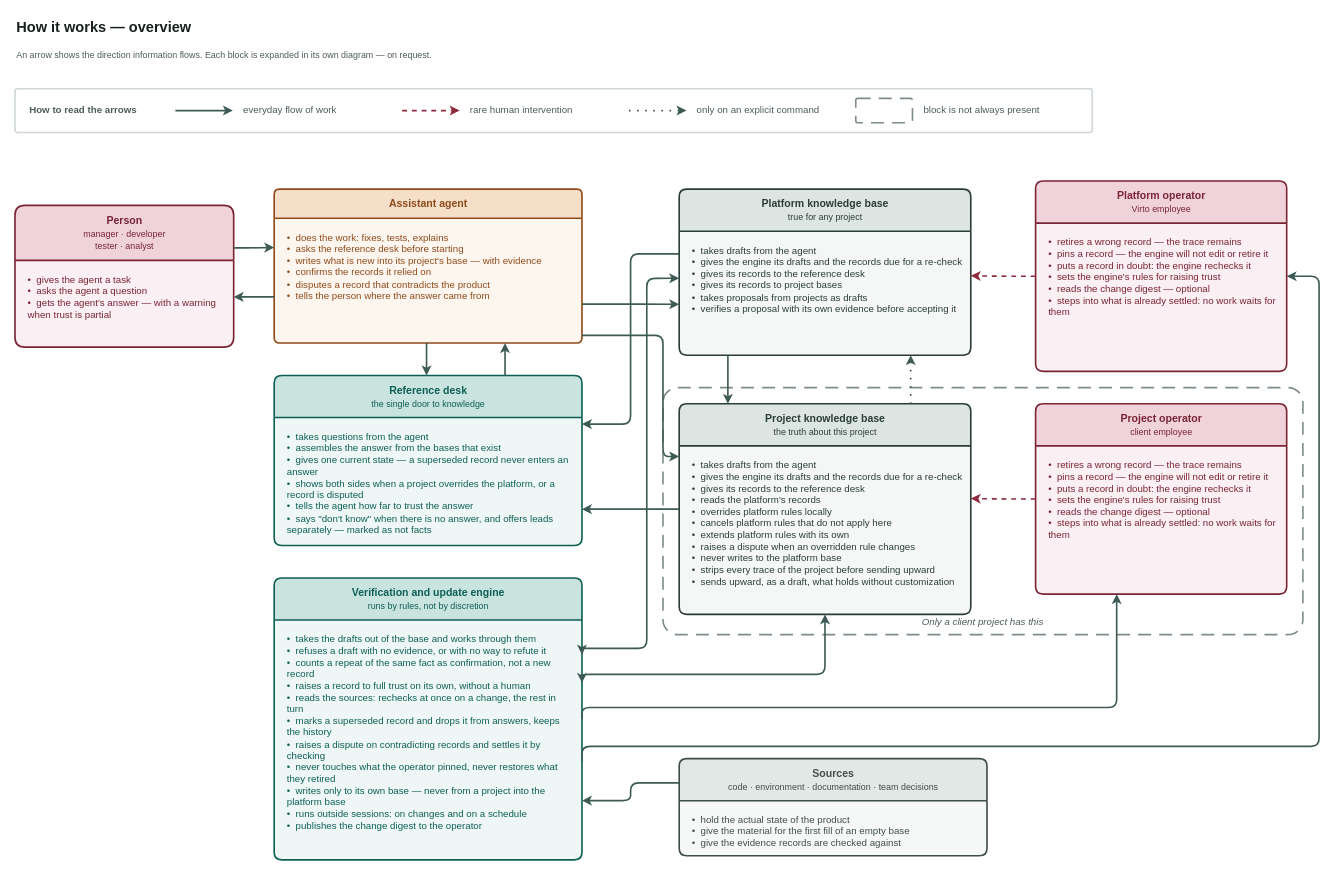
Before: page "Overview" (1 of 2) of docs/adr/adr-knowledge-base-v3-overview.drawio in VirtoCommerce/ai-tools, a draw.io diagram. Source tidied: cells renumbered, new cells numbered last; positions are measured from the earlier drawing's top-left corner, leaving out a move shared by most shapes. Both pictures are drawn from the tidied source at 81%, with x=0, y=0 at pixel (15, 14).
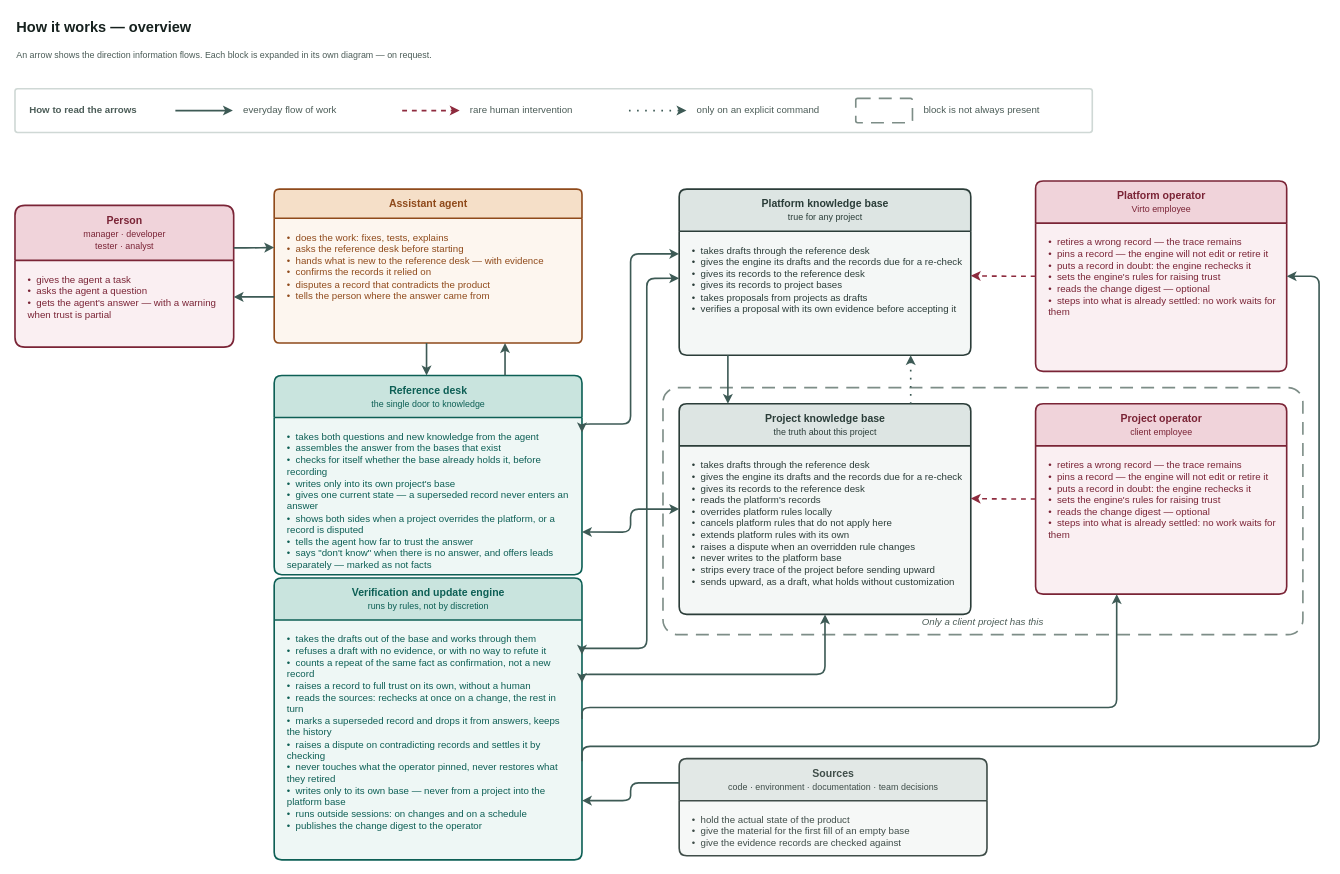
Above is the later version.

Commit message (it also covers changes not shown here):
docs(adr): kb v3 — one door both ways: the agent never touches a base directly (VCST-5776)

Unchanged cells that the change refers to:
```xml
<mxCell id="21" value="Assistant agent" style="swimlane;html=1;rounded=1;arcSize=6;startSize=36;horizontal=1;fillColor=#f5dfc8;swimlaneFillColor=#fdf6ef;strokeColor=#8f4a1b;fontColor=#8f4a1b;fontSize=13;fontStyle=1;align=center;verticalAlign=middle;strokeWidth=2;fontFamily=Helvetica;" parent="1" vertex="1">
  <mxGeometry x="320" y="216" width="380" height="190" as="geometry" />
</mxCell>
<mxCell id="26" value="Platform knowledge base&lt;br&gt;&lt;span style=&quot;font-size:11px;font-weight:normal&quot;&gt;true for any project&lt;/span&gt;" style="swimlane;html=1;rounded=1;arcSize=6;startSize=52;horizontal=1;fillColor=#dde5e3;swimlaneFillColor=#f4f7f6;strokeColor=#2b3d39;fontColor=#2b3d39;fontSize=13;fontStyle=1;align=center;verticalAlign=middle;strokeWidth=2;fontFamily=Helvetica;" parent="1" vertex="1">
  <mxGeometry x="820" y="216" width="360" height="205" as="geometry" />
</mxCell>
<mxCell id="28" value="Project knowledge base&lt;br&gt;&lt;span style=&quot;font-size:11px;font-weight:normal&quot;&gt;the truth about this project&lt;/span&gt;" style="swimlane;html=1;rounded=1;arcSize=6;startSize=52;horizontal=1;fillColor=#dde5e3;swimlaneFillColor=#f4f7f6;strokeColor=#2b3d39;fontColor=#2b3d39;fontSize=13;fontStyle=1;align=center;verticalAlign=middle;strokeWidth=2;fontFamily=Helvetica;" parent="1" vertex="1">
  <mxGeometry x="820" y="481" width="360" height="260" as="geometry" />
</mxCell>
```

The edit, as a diff of the source:
```diff
@@
-    <mxCell id="22" value="•&amp;nbsp; does the work: fixes, tests, explains&lt;br&gt;•&amp;nbsp; asks the reference desk before starting&lt;br&gt;•&amp;nbsp; writes what is new into its project's base — with evidence&lt;br&gt;•&amp;nbsp; confirms the records it relied on&lt;br&gt;•&amp;nbsp; disputes a record that contradicts the product&lt;br&gt;•&amp;nbsp; tells the person where the answer came from" style="text;html=1;align=left;verticalAlign=top;whiteSpace=wrap;spacingLeft=14;spacingTop=10;spacingRight=10;fontSize=12;fontColor=#8f4a1b;fontFamily=Helvetica;" parent="21" vertex="1">
+    <mxCell id="22" value="•&amp;nbsp; does the work: fixes, tests, explains&lt;br&gt;•&amp;nbsp; asks the reference desk before starting&lt;br&gt;•&amp;nbsp; hands what is new to the reference desk — with evidence&lt;br&gt;•&amp;nbsp; confirms the records it relied on&lt;br&gt;•&amp;nbsp; disputes a record that contradicts the product&lt;br&gt;•&amp;nbsp; tells the person where the answer came from" style="text;html=1;align=left;verticalAlign=top;whiteSpace=wrap;spacingLeft=14;spacingTop=10;spacingRight=10;fontSize=12;fontColor=#8f4a1b;fontFamily=Helvetica;" parent="21" vertex="1">
       <mxGeometry y="36" width="380" height="154" as="geometry" />
     </mxCell>
     <mxCell id="23" value="Reference desk&lt;br&gt;&lt;span style=&quot;font-size:11px;font-weight:normal&quot;&gt;the single door to knowledge&lt;/span&gt;" style="swimlane;html=1;rounded=1;arcSize=6;startSize=52;horizontal=1;fillColor=#c9e4de;swimlaneFillColor=#eef7f5;strokeColor=#0d5f55;fontColor=#0d5f55;fontSize=13;fontStyle=1;align=center;verticalAlign=middle;strokeWidth=2;fontFamily=Helvetica;" parent="1" vertex="1">
-      <mxGeometry x="320" y="446" width="380" height="210" as="geometry" />
+      <mxGeometry x="320" y="446" width="380" height="246" as="geometry" />
     </mxCell>
-    <mxCell id="24" value="•&amp;nbsp; takes questions from the agent&lt;br&gt;•&amp;nbsp; assembles the answer from the bases that exist&lt;br&gt;•&amp;nbsp; gives one current state — a superseded record never enters an answer&lt;br&gt;•&amp;nbsp; shows both sides when a project overrides the platform, or a record is disputed&lt;br&gt;•&amp;nbsp; tells the agent how far to trust the answer&lt;br&gt;•&amp;nbsp; says &quot;don't know&quot; when there is no answer, and offers leads separately — marked as not facts" style="text;html=1;align=left;verticalAlign=top;whiteSpace=wrap;spacingLeft=14;spacingTop=10;spacingRight=10;fontSize=12;fontColor=#0d5f55;fontFamily=Helvetica;" parent="23" vertex="1">
-      <mxGeometry y="52" width="380" height="158" as="geometry" />
+    <mxCell id="24" value="•&amp;nbsp; takes both questions and new knowledge from the agent&lt;br&gt;•&amp;nbsp; assembles the answer from the bases that exist&lt;br&gt;•&amp;nbsp; checks for itself whether the base already holds it, before recording&lt;br&gt;•&amp;nbsp; writes only into its own project's base&lt;br&gt;•&amp;nbsp; gives one current state — a superseded record never enters an answer&lt;br&gt;•&amp;nbsp; shows both sides when a project overrides the platform, or a record is disputed&lt;br&gt;•&amp;nbsp; tells the agent how far to trust the answer&lt;br&gt;•&amp;nbsp; says &quot;don't know&quot; when there is no answer, and offers leads separately — marked as not facts" style="text;html=1;align=left;verticalAlign=top;whiteSpace=wrap;spacingLeft=14;spacingTop=10;spacingRight=10;fontSize=12;fontColor=#0d5f55;fontFamily=Helvetica;" parent="23" vertex="1">
+      <mxGeometry y="52" width="380" height="194" as="geometry" />
     </mxCell>
@@
-    <mxCell id="27" value="•&amp;nbsp; takes drafts from the agent&lt;br&gt;•&amp;nbsp; gives the engine its drafts and the records due for a re-check&lt;br&gt;•&amp;nbsp; gives its records to the reference desk&lt;br&gt;•&amp;nbsp; gives its records to project bases&lt;br&gt;•&amp;nbsp; takes proposals from projects as drafts&lt;br&gt;•&amp;nbsp; verifies a proposal with its own evidence before accepting it" style="text;html=1;align=left;verticalAlign=top;whiteSpace=wrap;spacingLeft=14;spacingTop=10;spacingRight=10;fontSize=12;fontColor=#2b3d39;fontFamily=Helvetica;" parent="26" vertex="1">
+    <mxCell id="27" value="•&amp;nbsp; takes drafts through the reference desk&lt;br&gt;•&amp;nbsp; gives the engine its drafts and the records due for a re-check&lt;br&gt;•&amp;nbsp; gives its records to the reference desk&lt;br&gt;•&amp;nbsp; gives its records to project bases&lt;br&gt;•&amp;nbsp; takes proposals from projects as drafts&lt;br&gt;•&amp;nbsp; verifies a proposal with its own evidence before accepting it" style="text;html=1;align=left;verticalAlign=top;whiteSpace=wrap;spacingLeft=14;spacingTop=10;spacingRight=10;fontSize=12;fontColor=#2b3d39;fontFamily=Helvetica;" parent="26" vertex="1">
       <mxGeometry y="52" width="360" height="153" as="geometry" />
     </mxCell>
@@
-    <mxCell id="29" value="•&amp;nbsp; takes drafts from the agent&lt;br&gt;•&amp;nbsp; gives the engine its drafts and the records due for a re-check&lt;br&gt;•&amp;nbsp; gives its records to the reference desk&lt;br&gt;•&amp;nbsp; reads the platform's records&lt;br&gt;•&amp;nbsp; overrides platform rules locally&lt;br&gt;•&amp;nbsp; cancels platform rules that do not apply here&lt;br&gt;•&amp;nbsp; extends platform rules with its own&lt;br&gt;•&amp;nbsp; raises a dispute when an overridden rule changes&lt;br&gt;•&amp;nbsp; never writes to the platform base&lt;br&gt;•&amp;nbsp; strips every trace of the project before sending upward&lt;br&gt;•&amp;nbsp; sends upward, as a draft, what holds without customization" style="text;html=1;align=left;verticalAlign=top;whiteSpace=wrap;spacingLeft=14;spacingTop=10;spacingRight=10;fontSize=12;fontColor=#2b3d39;fontFamily=Helvetica;" parent="28" vertex="1">
+    <mxCell id="29" value="•&amp;nbsp; takes drafts through the reference desk&lt;br&gt;•&amp;nbsp; gives the engine its drafts and the records due for a re-check&lt;br&gt;•&amp;nbsp; gives its records to the reference desk&lt;br&gt;•&amp;nbsp; reads the platform's records&lt;br&gt;•&amp;nbsp; overrides platform rules locally&lt;br&gt;•&amp;nbsp; cancels platform rules that do not apply here&lt;br&gt;•&amp;nbsp; extends platform rules with its own&lt;br&gt;•&amp;nbsp; raises a dispute when an overridden rule changes&lt;br&gt;•&amp;nbsp; never writes to the platform base&lt;br&gt;•&amp;nbsp; strips every trace of the project before sending upward&lt;br&gt;•&amp;nbsp; sends upward, as a draft, what holds without customization" style="text;html=1;align=left;verticalAlign=top;whiteSpace=wrap;spacingLeft=14;spacingTop=10;spacingRight=10;fontSize=12;fontColor=#2b3d39;fontFamily=Helvetica;" parent="28" vertex="1">
       <mxGeometry y="52" width="360" height="208" as="geometry" />
     </mxCell>
@@
-    <mxCell id="42" style="edgeStyle=orthogonalEdgeStyle;rounded=1;html=1;labelBackgroundColor=#ffffff;fontSize=12;strokeWidth=2;strokeColor=#3d5a55;fontColor=#2f3a37;fontFamily=Helvetica;exitX=0;exitY=0.39;exitDx=0;exitDy=0;entryX=1;entryY=0.286;entryDx=0;entryDy=0;" parent="1" edge="1" source="26" target="23">
+    <mxCell id="42" style="edgeStyle=orthogonalEdgeStyle;rounded=1;html=1;labelBackgroundColor=#ffffff;fontSize=12;strokeWidth=2;strokeColor=#3d5a55;fontColor=#2f3a37;fontFamily=Helvetica;exitX=0;exitY=0.39;exitDx=0;exitDy=0;entryX=1;entryY=0.286;entryDx=0;entryDy=0;startArrow=classic;startFill=1;" parent="1" edge="1" source="26" target="23">
       <mxGeometry relative="1" as="geometry">
         <Array as="points">
           <mxPoint x="760" y="296" />
           <mxPoint x="760" y="506" />
         </Array>
       </mxGeometry>
     </mxCell>
-    <mxCell id="43" style="edgeStyle=orthogonalEdgeStyle;rounded=1;html=1;labelBackgroundColor=#ffffff;fontSize=12;strokeWidth=2;strokeColor=#3d5a55;fontColor=#2f3a37;fontFamily=Helvetica;exitX=0;exitY=0.5;exitDx=0;exitDy=0;entryX=1;entryY=0.786;entryDx=0;entryDy=0;" parent="1" edge="1" source="28" target="23">
+    <mxCell id="43" style="edgeStyle=orthogonalEdgeStyle;rounded=1;html=1;labelBackgroundColor=#ffffff;fontSize=12;strokeWidth=2;strokeColor=#3d5a55;fontColor=#2f3a37;fontFamily=Helvetica;exitX=0;exitY=0.5;exitDx=0;exitDy=0;entryX=1;entryY=0.786;entryDx=0;entryDy=0;startArrow=classic;startFill=1;" parent="1" edge="1" source="28" target="23">
       <mxGeometry relative="1" as="geometry" />
     </mxCell>
@@
-    <mxCell id="53" style="edgeStyle=orthogonalEdgeStyle;rounded=1;html=1;labelBackgroundColor=#ffffff;fontSize=12;strokeWidth=2;strokeColor=#3d5a55;fontColor=#2f3a37;fontFamily=Helvetica;exitX=1;exitY=0.747;exitDx=0;exitDy=0;entryX=0;entryY=0.693;entryDx=0;entryDy=0;" parent="1" edge="1" source="21" target="26">
-      <mxGeometry relative="1" as="geometry" />
-    </mxCell>
-    <mxCell id="54" style="edgeStyle=orthogonalEdgeStyle;rounded=1;html=1;labelBackgroundColor=#ffffff;fontSize=12;strokeWidth=2;strokeColor=#3d5a55;fontColor=#2f3a37;fontFamily=Helvetica;exitX=1;exitY=0.95;exitDx=0;exitDy=0;entryX=0;entryY=0.25;entryDx=0;entryDy=0;" parent="1" edge="1" source="21" target="28">
-      <mxGeometry relative="1" as="geometry">
-        <Array as="points">
-          <mxPoint x="800" y="396" />
-          <mxPoint x="800" y="546" />
-        </Array>
-      </mxGeometry>
-    </mxCell>
```
